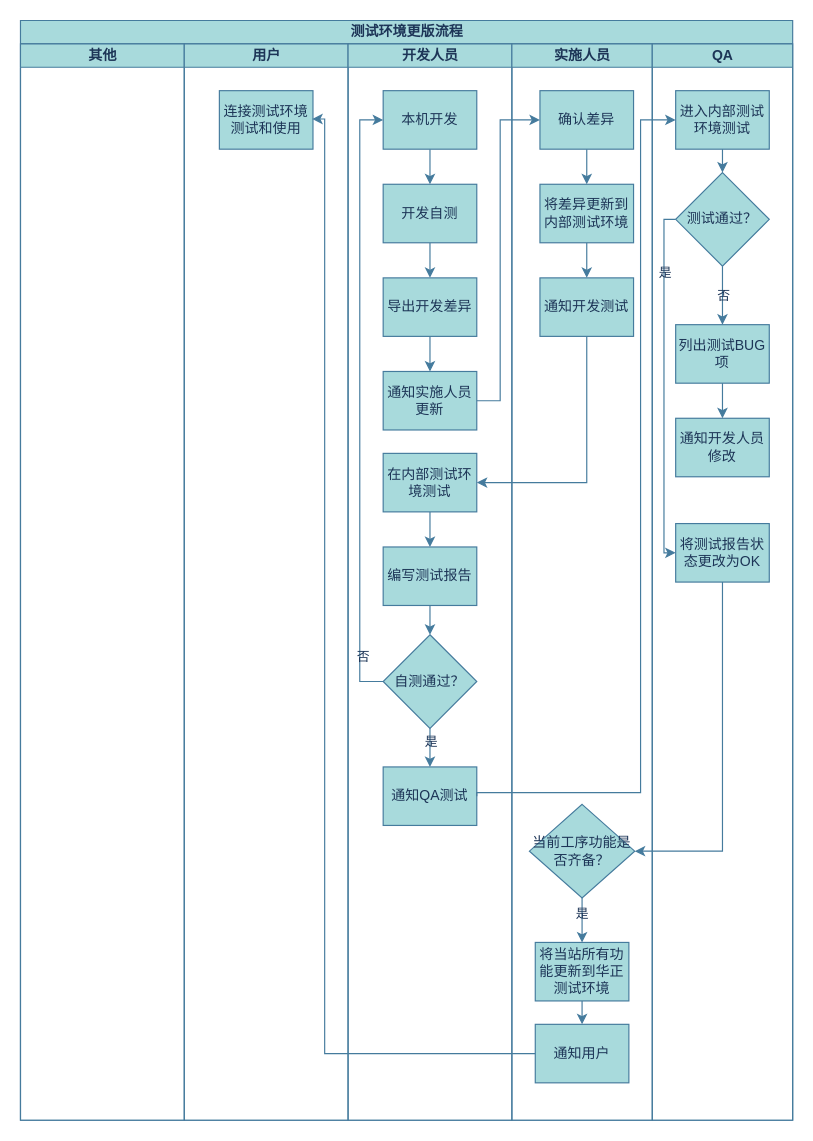
Above: 未命名绘图.drawio in little-white-dragon1/Diagrams (draw.io), before the change. Source tidied: cells renumbered, new cells numbered last; positions are measured from the earlier drawing's top-left corner, leaving out a move shared by most shapes. Both pictures are drawn from the tidied source at 117%, with x=0, y=0 at pixel (20, 20).
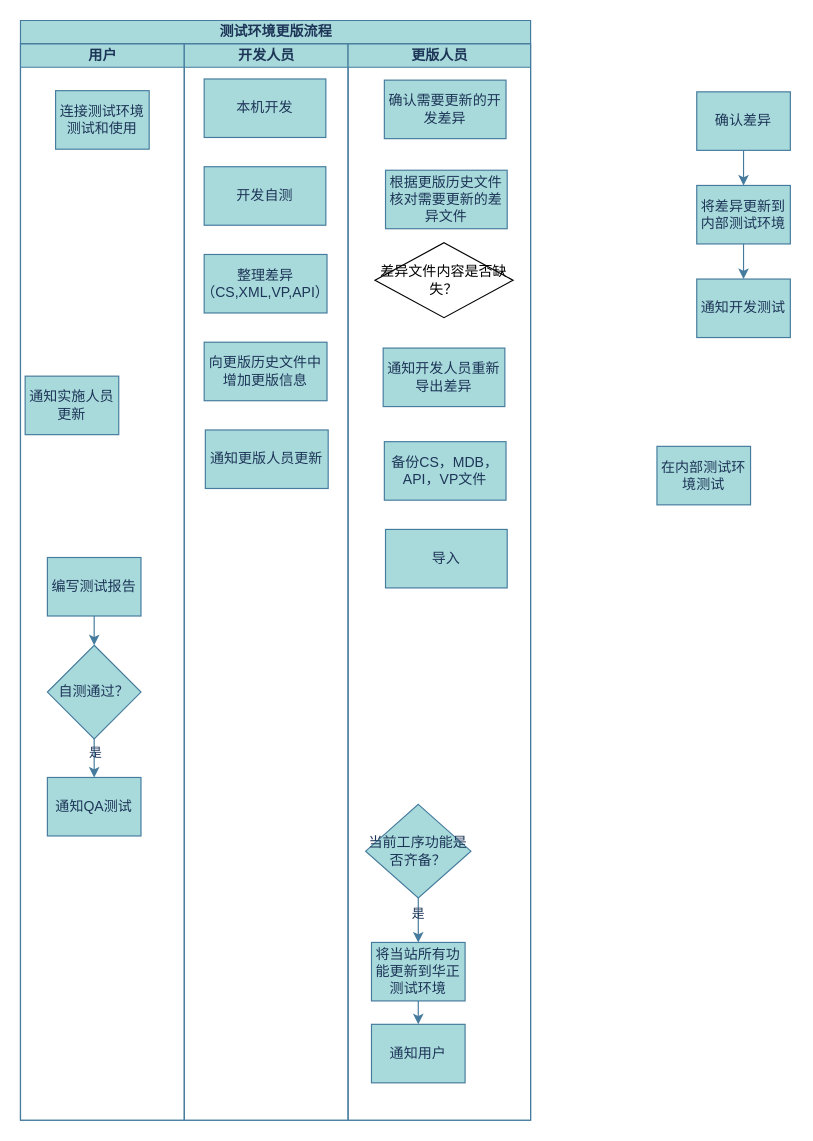
The same diagram, later.

Commit message (it also covers changes not shown here):
更新未命名绘图.drawio

The change refers to these unchanged cells:
```xml
<mxCell id="5" value="连接测试环境测试和使用" style="rounded=0;whiteSpace=wrap;html=1;labelBackgroundColor=none;fillColor=#A8DADC;strokeColor=#457B9D;fontColor=#1D3557;" parent="4" vertex="1">
  <mxGeometry x="30" y="40" width="80" height="50" as="geometry" />
</mxCell>
<mxCell id="29" value="当前工序功能是否齐备？" style="rhombus;whiteSpace=wrap;html=1;labelBackgroundColor=none;fillColor=#A8DADC;strokeColor=#457B9D;fontColor=#1D3557;" parent="21" vertex="1">
  <mxGeometry x="15" y="650" width="90" height="80" as="geometry" />
</mxCell>
<mxCell id="32" value="通知用户" style="rounded=0;whiteSpace=wrap;html=1;labelBackgroundColor=none;fillColor=#A8DADC;strokeColor=#457B9D;fontColor=#1D3557;" parent="21" vertex="1">
  <mxGeometry x="20" y="838" width="80" height="50" as="geometry" />
</mxCell>
```

Change to the diagram source:
```diff
@@
     <mxCell id="2" value="测试环境更版流程" style="swimlane;startSize=20;html=1;labelBackgroundColor=none;fillColor=#A8DADC;strokeColor=#457B9D;fontColor=#1D3557;" parent="1" vertex="1">
-      <mxGeometry width="660" height="940" as="geometry" />
+      <mxGeometry width="436" height="940" as="geometry" />
     </mxCell>
-    <mxCell id="3" value="其他" style="swimlane;startSize=20;html=1;fillColor=#A8DADC;strokeColor=#457B9D;labelBackgroundColor=none;fontColor=#1D3557;" parent="2" vertex="1">
-      <mxGeometry y="20" width="140" height="920" as="geometry" />
-    </mxCell>
     <mxCell id="4" value="用户" style="swimlane;startSize=20;html=1;labelBackgroundColor=none;fillColor=#A8DADC;strokeColor=#457B9D;fontColor=#1D3557;" parent="2" vertex="1">
-      <mxGeometry x="140" y="20" width="140" height="920" as="geometry" />
+      <mxGeometry y="20" width="140" height="920" as="geometry" />
     </mxCell>
@@
-    <mxCell id="6" value="开发人员" style="swimlane;startSize=20;html=1;labelBackgroundColor=none;fillColor=#A8DADC;strokeColor=#457B9D;fontColor=#1D3557;" parent="2" vertex="1">
-      <mxGeometry x="280" y="20" width="140" height="920" as="geometry" />
-    </mxCell>
-    <mxCell id="7" style="edgeStyle=orthogonalEdgeStyle;rounded=0;jettySize=auto;html=1;exitX=0.5;exitY=1;exitDx=0;exitDy=0;entryX=0.5;entryY=0;entryDx=0;entryDy=0;labelBackgroundColor=none;strokeColor=#457B9D;fontColor=default;" parent="6" edge="1" source="8" target="10">
-      <mxGeometry relative="1" as="geometry" />
-    </mxCell>
-    <mxCell id="8" value="本机开发" style="rounded=0;whiteSpace=wrap;html=1;labelBackgroundColor=none;fillColor=#A8DADC;strokeColor=#457B9D;fontColor=#1D3557;" parent="6" vertex="1">
-      <mxGeometry x="30" y="40" width="80" height="50" as="geometry" />
-    </mxCell>
-    <mxCell id="9" style="edgeStyle=orthogonalEdgeStyle;rounded=0;jettySize=auto;html=1;entryX=0.5;entryY=0;entryDx=0;entryDy=0;labelBackgroundColor=none;strokeColor=#457B9D;fontColor=default;" parent="6" edge="1" source="10" target="12">
-      <mxGeometry relative="1" as="geometry" />
-    </mxCell>
-    <mxCell id="10" value="开发自测" style="rounded=0;whiteSpace=wrap;html=1;labelBackgroundColor=none;fillColor=#A8DADC;strokeColor=#457B9D;fontColor=#1D3557;" parent="6" vertex="1">
-      <mxGeometry x="30" y="120" width="80" height="50" as="geometry" />
-    </mxCell>
-    <mxCell id="11" style="edgeStyle=orthogonalEdgeStyle;rounded=0;jettySize=auto;html=1;exitX=0.5;exitY=1;exitDx=0;exitDy=0;entryX=0.5;entryY=0;entryDx=0;entryDy=0;labelBackgroundColor=none;strokeColor=#457B9D;fontColor=default;" parent="6" edge="1" source="12" target="13">
-      <mxGeometry relative="1" as="geometry" />
-    </mxCell>
-    <mxCell id="12" value="导出开发差异" style="rounded=0;whiteSpace=wrap;html=1;labelBackgroundColor=none;fillColor=#A8DADC;strokeColor=#457B9D;fontColor=#1D3557;" parent="6" vertex="1">
-      <mxGeometry x="30" y="200" width="80" height="50" as="geometry" />
-    </mxCell>
-    <mxCell id="13" value="通知实施人员更新" style="rounded=0;whiteSpace=wrap;html=1;labelBackgroundColor=none;fillColor=#A8DADC;strokeColor=#457B9D;fontColor=#1D3557;" parent="6" vertex="1">
-      <mxGeometry x="30" y="280" width="80" height="50" as="geometry" />
+    <mxCell id="13" value="通知实施人员更新" style="rounded=0;whiteSpace=wrap;html=1;labelBackgroundColor=none;fillColor=#A8DADC;strokeColor=#457B9D;fontColor=#1D3557;" parent="4" vertex="1">
+      <mxGeometry x="4" y="284" width="80" height="50" as="geometry" />
     </mxCell>
-    <mxCell id="14" style="edgeStyle=orthogonalEdgeStyle;rounded=0;jettySize=auto;html=1;exitX=0.5;exitY=1;exitDx=0;exitDy=0;entryX=0.5;entryY=0;entryDx=0;entryDy=0;labelBackgroundColor=none;strokeColor=#457B9D;fontColor=default;" parent="6" edge="1" source="15" target="17">
-      <mxGeometry relative="1" as="geometry" />
-    </mxCell>
-    <mxCell id="15" value="在内部测试环境测试" style="rounded=0;whiteSpace=wrap;html=1;labelBackgroundColor=none;fillColor=#A8DADC;strokeColor=#457B9D;fontColor=#1D3557;" parent="6" vertex="1">
-      <mxGeometry x="30" y="350" width="80" height="50" as="geometry" />
-    </mxCell>
-    <mxCell id="16" style="edgeStyle=orthogonalEdgeStyle;rounded=0;jettySize=auto;html=1;exitX=0.5;exitY=1;exitDx=0;exitDy=0;entryX=0.5;entryY=0;entryDx=0;entryDy=0;labelBackgroundColor=none;strokeColor=#457B9D;fontColor=default;" parent="6" edge="1" source="17" target="20">
+    <mxCell id="16" style="edgeStyle=orthogonalEdgeStyle;rounded=0;jettySize=auto;html=1;exitX=0.5;exitY=1;exitDx=0;exitDy=0;entryX=0.5;entryY=0;entryDx=0;entryDy=0;labelBackgroundColor=none;strokeColor=#457B9D;fontColor=default;" parent="4" edge="1" source="17" target="20">
       <mxGeometry relative="1" as="geometry" />
     </mxCell>
-    <mxCell id="17" value="编写测试报告" style="rounded=0;whiteSpace=wrap;html=1;labelBackgroundColor=none;fillColor=#A8DADC;strokeColor=#457B9D;fontColor=#1D3557;" parent="6" vertex="1">
-      <mxGeometry x="30" y="430" width="80" height="50" as="geometry" />
+    <mxCell id="17" value="编写测试报告" style="rounded=0;whiteSpace=wrap;html=1;labelBackgroundColor=none;fillColor=#A8DADC;strokeColor=#457B9D;fontColor=#1D3557;" parent="4" vertex="1">
+      <mxGeometry x="23" y="439" width="80" height="50" as="geometry" />
     </mxCell>
-    <mxCell id="18" style="edgeStyle=orthogonalEdgeStyle;rounded=0;jettySize=auto;html=1;exitX=0;exitY=0.5;exitDx=0;exitDy=0;entryX=0;entryY=0.5;entryDx=0;entryDy=0;labelBackgroundColor=none;strokeColor=#457B9D;fontColor=default;" parent="6" edge="1" source="20" target="8">
-      <mxGeometry relative="1" as="geometry" />
-    </mxCell>
-    <mxCell id="19" value="否" style="edgeLabel;html=1;align=center;verticalAlign=middle;labelBackgroundColor=none;fontColor=#1D3557;" parent="18" vertex="1">
-      <mxGeometry x="-0.84" y="-2" relative="1" as="geometry" />
-    </mxCell>
-    <mxCell id="20" value="自测通过？" style="rhombus;whiteSpace=wrap;html=1;labelBackgroundColor=none;fillColor=#A8DADC;strokeColor=#457B9D;fontColor=#1D3557;" parent="6" vertex="1">
-      <mxGeometry x="30" y="505" width="80" height="80" as="geometry" />
+    <mxCell id="20" value="自测通过？" style="rhombus;whiteSpace=wrap;html=1;labelBackgroundColor=none;fillColor=#A8DADC;strokeColor=#457B9D;fontColor=#1D3557;" parent="4" vertex="1">
+      <mxGeometry x="23" y="514" width="80" height="80" as="geometry" />
     </mxCell>
+    <mxCell id="31" value="通知QA测试" style="rounded=0;whiteSpace=wrap;html=1;labelBackgroundColor=none;fillColor=#A8DADC;strokeColor=#457B9D;fontColor=#1D3557;" parent="4" vertex="1">
+      <mxGeometry x="23" y="627" width="80" height="50" as="geometry" />
+    </mxCell>
+    <mxCell id="50" style="edgeStyle=orthogonalEdgeStyle;rounded=0;jettySize=auto;html=1;exitX=0.5;exitY=1;exitDx=0;exitDy=0;entryX=0.5;entryY=0;entryDx=0;entryDy=0;labelBackgroundColor=none;strokeColor=#457B9D;fontColor=default;" parent="4" edge="1" source="20" target="31">
+      <mxGeometry relative="1" as="geometry" />
+    </mxCell>
+    <mxCell id="51" value="是" style="edgeLabel;html=1;align=center;verticalAlign=middle;labelBackgroundColor=none;fontColor=#1D3557;" parent="50" vertex="1">
+      <mxGeometry x="-0.36" relative="1" as="geometry" />
+    </mxCell>
+    <mxCell id="6" value="开发人员" style="swimlane;startSize=20;html=1;labelBackgroundColor=none;fillColor=#A8DADC;strokeColor=#457B9D;fontColor=#1D3557;" parent="2" vertex="1">
+      <mxGeometry x="140" y="20" width="140" height="920" as="geometry" />
+    </mxCell>
+    <mxCell id="8" value="本机开发" style="rounded=0;whiteSpace=wrap;html=1;labelBackgroundColor=none;fillColor=#A8DADC;strokeColor=#457B9D;fontColor=#1D3557;" parent="6" vertex="1">
+      <mxGeometry x="17" y="30" width="104" height="50" as="geometry" />
+    </mxCell>
+    <mxCell id="10" value="开发自测" style="rounded=0;whiteSpace=wrap;html=1;labelBackgroundColor=none;fillColor=#A8DADC;strokeColor=#457B9D;fontColor=#1D3557;" parent="6" vertex="1">
+      <mxGeometry x="17" y="105" width="104" height="50" as="geometry" />
+    </mxCell>
+    <mxCell id="12" value="整理差异（CS,XML,VP,API）" style="rounded=0;whiteSpace=wrap;html=1;labelBackgroundColor=none;fillColor=#A8DADC;strokeColor=#457B9D;fontColor=#1D3557;" parent="6" vertex="1">
+      <mxGeometry x="17" y="180" width="105" height="50" as="geometry" />
+    </mxCell>
+    <mxCell id="53" value="向更版历史文件中增加更版信息" style="rounded=0;whiteSpace=wrap;html=1;labelBackgroundColor=none;fillColor=#A8DADC;strokeColor=#457B9D;fontColor=#1D3557;" parent="6" vertex="1">
+      <mxGeometry x="17" y="255" width="105" height="50" as="geometry" />
+    </mxCell>
+    <mxCell id="54" value="通知更版人员更新" style="rounded=0;whiteSpace=wrap;html=1;labelBackgroundColor=none;fillColor=#A8DADC;strokeColor=#457B9D;fontColor=#1D3557;" parent="6" vertex="1">
+      <mxGeometry x="18" y="330" width="105" height="50" as="geometry" />
+    </mxCell>
-    <mxCell id="21" value="实施人员" style="swimlane;startSize=20;html=1;labelBackgroundColor=none;fillColor=#A8DADC;strokeColor=#457B9D;fontColor=#1D3557;" parent="2" vertex="1">
-      <mxGeometry x="420" y="20" width="120" height="920" as="geometry" />
+    <mxCell id="21" value="更版人员" style="swimlane;startSize=20;html=1;labelBackgroundColor=none;fillColor=#A8DADC;strokeColor=#457B9D;fontColor=#1D3557;" parent="2" vertex="1">
+      <mxGeometry x="280" y="20" width="156" height="920" as="geometry" />
     </mxCell>
-    <mxCell id="22" style="edgeStyle=orthogonalEdgeStyle;rounded=0;jettySize=auto;html=1;exitX=0.5;exitY=1;exitDx=0;exitDy=0;entryX=0.5;entryY=0;entryDx=0;entryDy=0;labelBackgroundColor=none;strokeColor=#457B9D;fontColor=default;" parent="21" edge="1" source="23" target="25">
-      <mxGeometry relative="1" as="geometry" />
-    </mxCell>
-    <mxCell id="23" value="确认差异" style="rounded=0;whiteSpace=wrap;html=1;labelBackgroundColor=none;fillColor=#A8DADC;strokeColor=#457B9D;fontColor=#1D3557;" parent="21" vertex="1">
-      <mxGeometry x="24" y="40" width="80" height="50" as="geometry" />
-    </mxCell>
-    <mxCell id="24" style="edgeStyle=orthogonalEdgeStyle;rounded=0;jettySize=auto;html=1;exitX=0.5;exitY=1;exitDx=0;exitDy=0;entryX=0.5;entryY=0;entryDx=0;entryDy=0;labelBackgroundColor=none;strokeColor=#457B9D;fontColor=default;" parent="21" edge="1" source="25" target="26">
-      <mxGeometry relative="1" as="geometry" />
-    </mxCell>
-    <mxCell id="25" value="将差异更新到内部测试环境" style="rounded=0;whiteSpace=wrap;html=1;labelBackgroundColor=none;fillColor=#A8DADC;strokeColor=#457B9D;fontColor=#1D3557;" parent="21" vertex="1">
-      <mxGeometry x="24" y="120" width="80" height="50" as="geometry" />
-    </mxCell>
-    <mxCell id="26" value="通知开发测试" style="rounded=0;whiteSpace=wrap;html=1;labelBackgroundColor=none;fillColor=#A8DADC;strokeColor=#457B9D;fontColor=#1D3557;" parent="21" vertex="1">
-      <mxGeometry x="24" y="200" width="80" height="50" as="geometry" />
-    </mxCell>
@@
-    <mxCell id="31" value="通知QA测试" style="rounded=0;whiteSpace=wrap;html=1;labelBackgroundColor=none;fillColor=#A8DADC;strokeColor=#457B9D;fontColor=#1D3557;" parent="21" vertex="1">
-      <mxGeometry x="-110" y="618" width="80" height="50" as="geometry" />
-    </mxCell>
@@
-    <mxCell id="34" value="QA" style="swimlane;startSize=20;html=1;labelBackgroundColor=none;fillColor=#A8DADC;strokeColor=#457B9D;fontColor=#1D3557;" parent="2" vertex="1">
-      <mxGeometry x="540" y="20" width="120" height="920" as="geometry" />
-    </mxCell>
-    <mxCell id="35" value="进入内部测试环境测试" style="rounded=0;whiteSpace=wrap;html=1;labelBackgroundColor=none;fillColor=#A8DADC;strokeColor=#457B9D;fontColor=#1D3557;" parent="34" vertex="1">
-      <mxGeometry x="20" y="40" width="80" height="50" as="geometry" />
-    </mxCell>
-    <mxCell id="36" value="通知开发人员修改" style="rounded=0;whiteSpace=wrap;html=1;labelBackgroundColor=none;fillColor=#A8DADC;strokeColor=#457B9D;fontColor=#1D3557;" parent="34" vertex="1">
-      <mxGeometry x="20" y="320" width="80" height="50" as="geometry" />
-    </mxCell>
-    <mxCell id="37" style="edgeStyle=orthogonalEdgeStyle;rounded=0;jettySize=auto;html=1;exitX=0.5;exitY=1;exitDx=0;exitDy=0;entryX=0.5;entryY=0;entryDx=0;entryDy=0;labelBackgroundColor=none;strokeColor=#457B9D;fontColor=default;" parent="34" edge="1" source="41" target="42">
-      <mxGeometry relative="1" as="geometry" />
-    </mxCell>
-    <mxCell id="38" value="否" style="edgeLabel;html=1;align=center;verticalAlign=middle;labelBackgroundColor=none;fontColor=#1D3557;" parent="37" vertex="1">
-      <mxGeometry x="-0.04" relative="1" as="geometry" />
-    </mxCell>
-    <mxCell id="39" style="edgeStyle=orthogonalEdgeStyle;rounded=0;jettySize=auto;html=1;exitX=0;exitY=0.5;exitDx=0;exitDy=0;entryX=0;entryY=0.5;entryDx=0;entryDy=0;labelBackgroundColor=none;strokeColor=#457B9D;fontColor=default;" parent="34" edge="1" source="41" target="45">
-      <mxGeometry relative="1" as="geometry">
-        <Array as="points">
-          <mxPoint x="10" y="150" />
-          <mxPoint x="10" y="435" />
-        </Array>
-      </mxGeometry>
-    </mxCell>
-    <mxCell id="40" value="是" style="edgeLabel;html=1;align=center;verticalAlign=middle;labelBackgroundColor=none;fontColor=#1D3557;" parent="39" vertex="1">
-      <mxGeometry x="-0.64" relative="1" as="geometry" />
-    </mxCell>
-    <mxCell id="41" value="测试通过？" style="rhombus;whiteSpace=wrap;html=1;labelBackgroundColor=none;fillColor=#A8DADC;strokeColor=#457B9D;fontColor=#1D3557;" parent="34" vertex="1">
-      <mxGeometry x="20" y="110" width="80" height="80" as="geometry" />
-    </mxCell>
-    <mxCell id="42" value="列出测试BUG项" style="rounded=0;whiteSpace=wrap;html=1;labelBackgroundColor=none;fillColor=#A8DADC;strokeColor=#457B9D;fontColor=#1D3557;" parent="34" vertex="1">
-      <mxGeometry x="20" y="240" width="80" height="50" as="geometry" />
-    </mxCell>
-    <mxCell id="43" style="edgeStyle=orthogonalEdgeStyle;rounded=0;jettySize=auto;html=1;exitX=0.5;exitY=1;exitDx=0;exitDy=0;entryX=0.5;entryY=0;entryDx=0;entryDy=0;labelBackgroundColor=none;strokeColor=#457B9D;fontColor=default;" parent="34" edge="1" source="35" target="41">
-      <mxGeometry relative="1" as="geometry" />
-    </mxCell>
-    <mxCell id="44" style="edgeStyle=orthogonalEdgeStyle;rounded=0;jettySize=auto;html=1;exitX=0.5;exitY=1;exitDx=0;exitDy=0;entryX=0.5;entryY=0;entryDx=0;entryDy=0;labelBackgroundColor=none;strokeColor=#457B9D;fontColor=default;" parent="34" edge="1" source="42" target="36">
-      <mxGeometry relative="1" as="geometry" />
-    </mxCell>
-    <mxCell id="45" value="将测试报告状态更改为OK" style="rounded=0;whiteSpace=wrap;html=1;labelBackgroundColor=none;fillColor=#A8DADC;strokeColor=#457B9D;fontColor=#1D3557;" parent="34" vertex="1">
-      <mxGeometry x="20" y="410" width="80" height="50" as="geometry" />
-    </mxCell>
-    <mxCell id="46" style="edgeStyle=orthogonalEdgeStyle;rounded=0;jettySize=auto;html=1;exitX=1;exitY=0.5;exitDx=0;exitDy=0;entryX=0;entryY=0.5;entryDx=0;entryDy=0;labelBackgroundColor=none;strokeColor=#457B9D;fontColor=default;" parent="2" edge="1" source="13" target="23">
-      <mxGeometry relative="1" as="geometry">
-        <Array as="points">
-          <mxPoint x="410" y="325" />
-          <mxPoint x="410" y="85" />
-        </Array>
-      </mxGeometry>
-    </mxCell>
-    <mxCell id="47" style="edgeStyle=orthogonalEdgeStyle;rounded=0;jettySize=auto;html=1;exitX=0.5;exitY=1;exitDx=0;exitDy=0;entryX=1;entryY=0.5;entryDx=0;entryDy=0;labelBackgroundColor=none;strokeColor=#457B9D;fontColor=default;" parent="2" edge="1" source="26" target="15">
-      <mxGeometry relative="1" as="geometry" />
-    </mxCell>
-    <mxCell id="48" style="edgeStyle=orthogonalEdgeStyle;rounded=0;jettySize=auto;html=1;exitX=1;exitY=0.5;exitDx=0;exitDy=0;entryX=0;entryY=0.5;entryDx=0;entryDy=0;labelBackgroundColor=none;strokeColor=#457B9D;fontColor=default;" parent="2" edge="1" source="31" target="35">
-      <mxGeometry relative="1" as="geometry">
-        <Array as="points">
-          <mxPoint x="390" y="660" />
-          <mxPoint x="530" y="660" />
-          <mxPoint x="530" y="85" />
-        </Array>
-      </mxGeometry>
-    </mxCell>
-    <mxCell id="49" style="edgeStyle=orthogonalEdgeStyle;rounded=0;jettySize=auto;html=1;exitX=0.5;exitY=1;exitDx=0;exitDy=0;labelBackgroundColor=none;strokeColor=#457B9D;fontColor=default;" parent="2" edge="1" source="45" target="29">
-      <mxGeometry relative="1" as="geometry">
-        <Array as="points">
-          <mxPoint x="600" y="710" />
-        </Array>
-      </mxGeometry>
-    </mxCell>
-    <mxCell id="50" style="edgeStyle=orthogonalEdgeStyle;rounded=0;jettySize=auto;html=1;exitX=0.5;exitY=1;exitDx=0;exitDy=0;entryX=0.5;entryY=0;entryDx=0;entryDy=0;labelBackgroundColor=none;strokeColor=#457B9D;fontColor=default;" parent="2" edge="1" source="20" target="31">
-      <mxGeometry relative="1" as="geometry" />
-    </mxCell>
-    <mxCell id="51" value="是" style="edgeLabel;html=1;align=center;verticalAlign=middle;labelBackgroundColor=none;fontColor=#1D3557;" parent="50" vertex="1">
-      <mxGeometry x="-0.36" relative="1" as="geometry" />
-    </mxCell>
-    <mxCell id="52" style="edgeStyle=orthogonalEdgeStyle;rounded=0;jettySize=auto;html=1;exitX=0;exitY=0.5;exitDx=0;exitDy=0;entryX=0.992;entryY=0.484;entryDx=0;entryDy=0;labelBackgroundColor=none;strokeColor=#457B9D;fontColor=default;entryPerimeter=0;" parent="2" edge="1" source="32" target="5">
-      <mxGeometry relative="1" as="geometry">
-        <Array as="points">
-          <mxPoint x="260" y="883" />
-          <mxPoint x="260" y="84" />
-        </Array>
-      </mxGeometry>
-    </mxCell>
+    <mxCell id="55" value="确认需要更新的开发差异" style="rounded=0;whiteSpace=wrap;html=1;labelBackgroundColor=none;fillColor=#A8DADC;strokeColor=#457B9D;fontColor=#1D3557;" parent="21" vertex="1">
+      <mxGeometry x="31" y="31" width="104" height="50" as="geometry" />
+    </mxCell>
+    <mxCell id="56" value="根据更版历史文件核对需要更新的差异文件" style="rounded=0;whiteSpace=wrap;html=1;labelBackgroundColor=none;fillColor=#A8DADC;strokeColor=#457B9D;fontColor=#1D3557;" parent="21" vertex="1">
+      <mxGeometry x="32" y="108" width="104" height="50" as="geometry" />
+    </mxCell>
+    <mxCell id="57" value="差异文件内容是否缺失？" style="rhombus;whiteSpace=wrap;html=1;" parent="21" vertex="1">
+      <mxGeometry x="23" y="170" width="118" height="64" as="geometry" />
+    </mxCell>
+    <mxCell id="58" value="通知开发人员重新导出差异" style="rounded=0;whiteSpace=wrap;html=1;labelBackgroundColor=none;fillColor=#A8DADC;strokeColor=#457B9D;fontColor=#1D3557;" parent="21" vertex="1">
+      <mxGeometry x="30" y="260" width="104" height="50" as="geometry" />
+    </mxCell>
+    <mxCell id="59" value="备份CS，MDB，API，VP文件" style="rounded=0;whiteSpace=wrap;html=1;labelBackgroundColor=none;fillColor=#A8DADC;strokeColor=#457B9D;fontColor=#1D3557;" parent="21" vertex="1">
+      <mxGeometry x="31" y="340" width="104" height="50" as="geometry" />
+    </mxCell>
+    <mxCell id="60" value="导入" style="rounded=0;whiteSpace=wrap;html=1;labelBackgroundColor=none;fillColor=#A8DADC;strokeColor=#457B9D;fontColor=#1D3557;" parent="21" vertex="1">
+      <mxGeometry x="32" y="415" width="104" height="50" as="geometry" />
+    </mxCell>
+    <mxCell id="23" value="确认差异" style="rounded=0;whiteSpace=wrap;html=1;labelBackgroundColor=none;fillColor=#A8DADC;strokeColor=#457B9D;fontColor=#1D3557;" parent="1" vertex="1">
+      <mxGeometry x="578" y="61" width="80" height="50" as="geometry" />
+    </mxCell>
+    <mxCell id="25" value="将差异更新到内部测试环境" style="rounded=0;whiteSpace=wrap;html=1;labelBackgroundColor=none;fillColor=#A8DADC;strokeColor=#457B9D;fontColor=#1D3557;" parent="1" vertex="1">
+      <mxGeometry x="578" y="141" width="80" height="50" as="geometry" />
+    </mxCell>
+    <mxCell id="26" value="通知开发测试" style="rounded=0;whiteSpace=wrap;html=1;labelBackgroundColor=none;fillColor=#A8DADC;strokeColor=#457B9D;fontColor=#1D3557;" parent="1" vertex="1">
+      <mxGeometry x="578" y="221" width="80" height="50" as="geometry" />
+    </mxCell>
+    <mxCell id="22" style="edgeStyle=orthogonalEdgeStyle;rounded=0;jettySize=auto;html=1;exitX=0.5;exitY=1;exitDx=0;exitDy=0;entryX=0.5;entryY=0;entryDx=0;entryDy=0;labelBackgroundColor=none;strokeColor=#457B9D;fontColor=default;" parent="1" edge="1" source="23" target="25">
+      <mxGeometry relative="1" as="geometry" />
+    </mxCell>
+    <mxCell id="24" style="edgeStyle=orthogonalEdgeStyle;rounded=0;jettySize=auto;html=1;exitX=0.5;exitY=1;exitDx=0;exitDy=0;entryX=0.5;entryY=0;entryDx=0;entryDy=0;labelBackgroundColor=none;strokeColor=#457B9D;fontColor=default;" parent="1" edge="1" source="25" target="26">
+      <mxGeometry relative="1" as="geometry" />
+    </mxCell>
+    <mxCell id="15" value="在内部测试环境测试" style="rounded=0;whiteSpace=wrap;html=1;labelBackgroundColor=none;fillColor=#A8DADC;strokeColor=#457B9D;fontColor=#1D3557;" parent="1" vertex="1">
+      <mxGeometry x="544" y="364" width="80" height="50" as="geometry" />
+    </mxCell>
```
